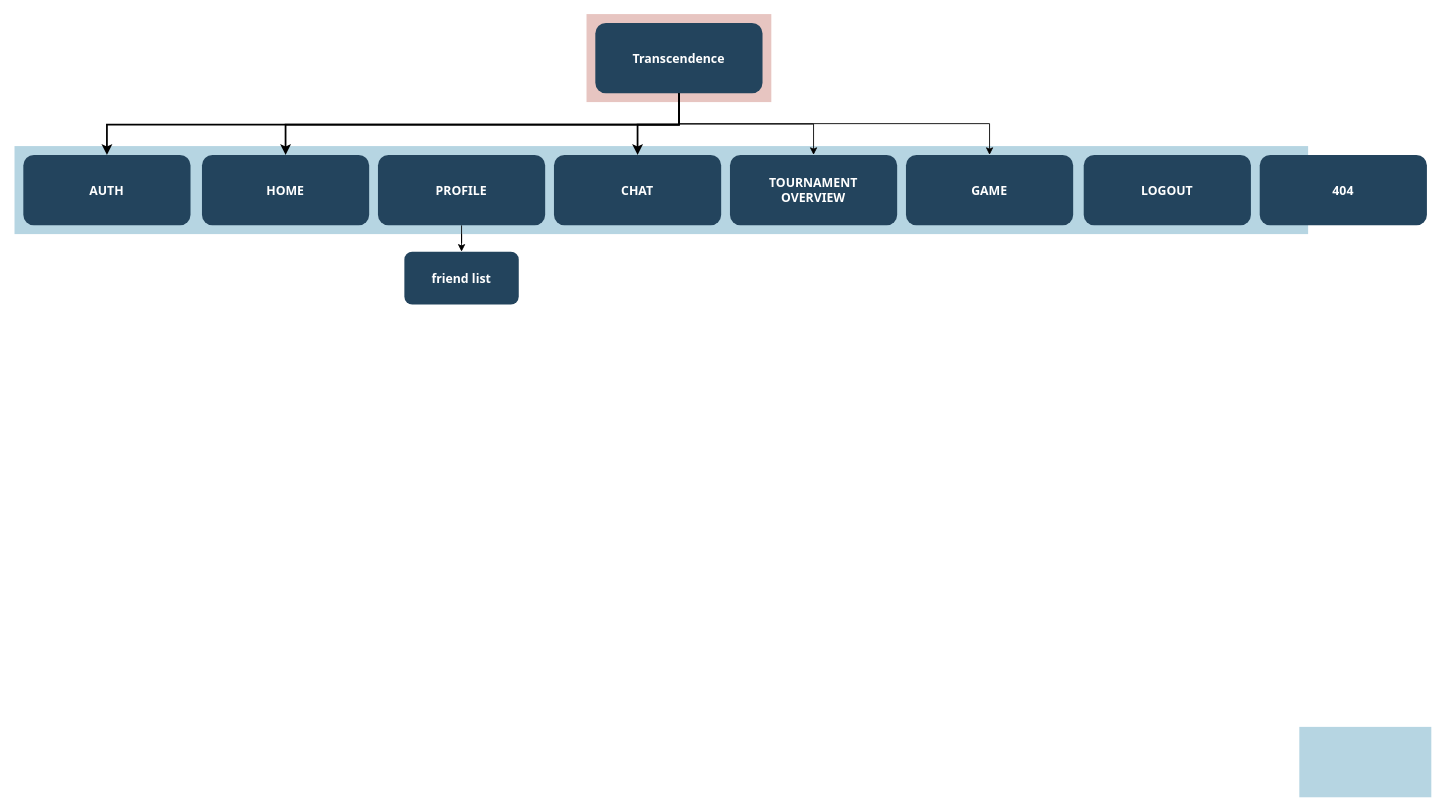
Before: Docs/Sitemap.drawio in rajh-phuyal/42Transcendence, a draw.io diagram. Source tidied: cells renumbered, new cells numbered last; positions are measured from the earlier drawing's top-left corner, leaving out a move shared by most shapes. Both pictures are drawn from the tidied source at 88%, with x=0, y=0 at pixel (14, 14).
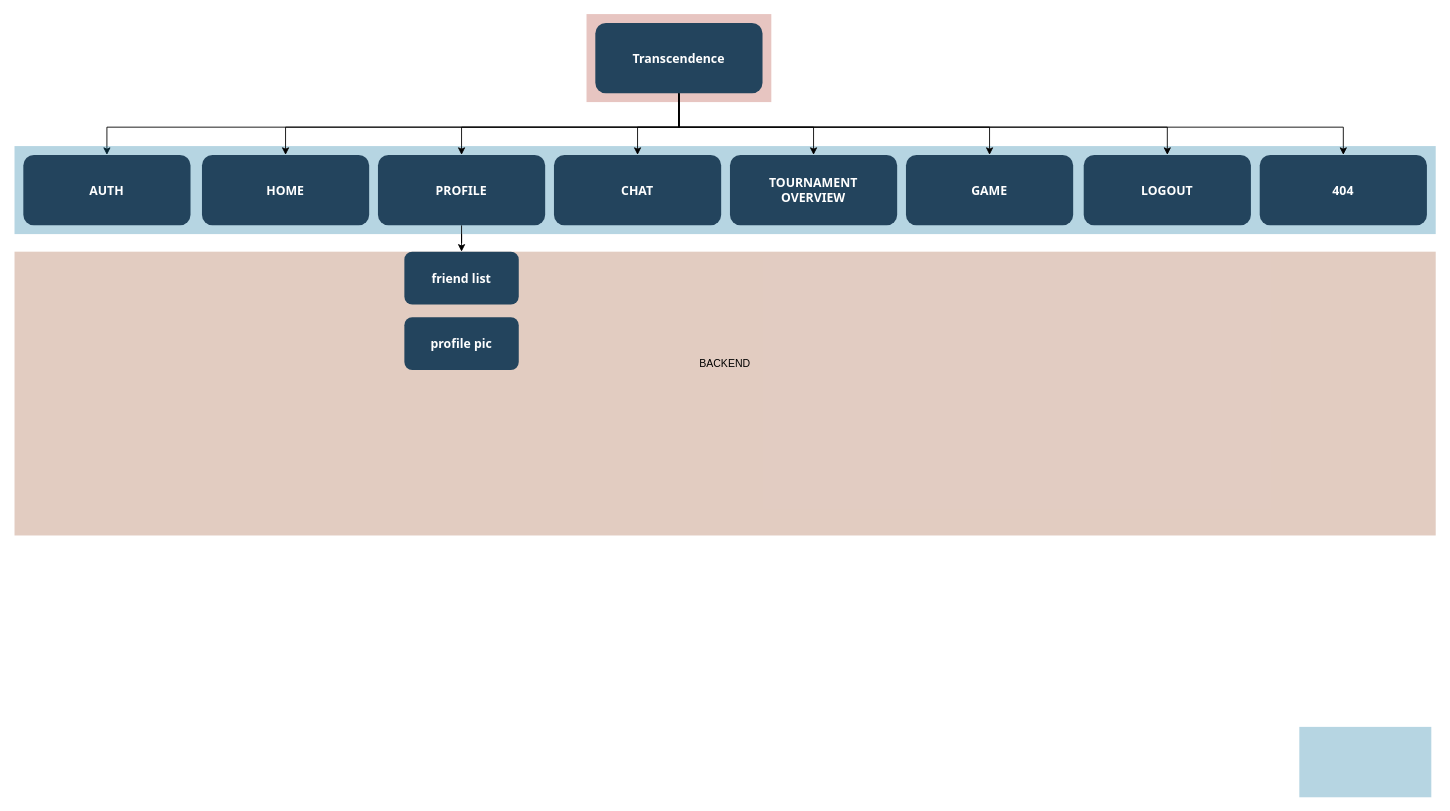
After the change.

The change refers to these unchanged cells:
```xml
<mxCell id="2" style="fillColor=#AE4132;strokeColor=none;opacity=30;" parent="1" vertex="1">
  <mxGeometry x="650" y="-0.5" width="210" height="100" as="geometry" />
</mxCell>
<mxCell id="7" value="Transcendence" style="rounded=1;fillColor=#23445D;gradientColor=none;strokeColor=none;fontColor=#FFFFFF;fontStyle=1;fontFamily=Tahoma;fontSize=14;" parent="1" vertex="1">
  <mxGeometry x="660" y="9.5" width="190" height="80" as="geometry" />
</mxCell>
<mxCell id="8" value="CHAT" style="rounded=1;fillColor=#23445D;gradientColor=none;strokeColor=none;fontColor=#FFFFFF;fontStyle=1;fontFamily=Tahoma;fontSize=14;" parent="1" vertex="1">
  <mxGeometry x="613" y="159.5" width="190" height="80" as="geometry" />
</mxCell>
<mxCell id="11" value="PROFILE" style="rounded=1;fillColor=#23445D;gradientColor=none;strokeColor=none;fontColor=#FFFFFF;fontStyle=1;fontFamily=Tahoma;fontSize=14;" parent="1" vertex="1">
  <mxGeometry x="413" y="159.5" width="190" height="80" as="geometry" />
</mxCell>
<mxCell id="12" value="HOME" style="rounded=1;fillColor=#23445D;gradientColor=none;strokeColor=none;fontColor=#FFFFFF;fontStyle=1;fontFamily=Tahoma;fontSize=14;" parent="1" vertex="1">
  <mxGeometry x="213" y="159.5" width="190" height="80" as="geometry" />
</mxCell>
<mxCell id="13" value="AUTH" style="rounded=1;fillColor=#23445D;gradientColor=none;strokeColor=none;fontColor=#FFFFFF;fontStyle=1;fontFamily=Tahoma;fontSize=14;" parent="1" vertex="1">
  <mxGeometry x="10" y="159.5" width="190" height="80" as="geometry" />
</mxCell>
<mxCell id="17" value="TOURNAMENT&#10;OVERVIEW" style="rounded=1;fillColor=#23445D;gradientColor=none;strokeColor=none;fontColor=#FFFFFF;fontStyle=1;fontFamily=Tahoma;fontSize=14;" parent="1" vertex="1">
  <mxGeometry x="813" y="159.5" width="190" height="80" as="geometry" />
</mxCell>
<mxCell id="18" value="GAME" style="rounded=1;fillColor=#23445D;gradientColor=none;strokeColor=none;fontColor=#FFFFFF;fontStyle=1;fontFamily=Tahoma;fontSize=14;" parent="1" vertex="1">
  <mxGeometry x="1013" y="159.5" width="190" height="80" as="geometry" />
</mxCell>
<mxCell id="19" value="LOGOUT" style="rounded=1;fillColor=#23445D;gradientColor=none;strokeColor=none;fontColor=#FFFFFF;fontStyle=1;fontFamily=Tahoma;fontSize=14;" parent="1" vertex="1">
  <mxGeometry x="1215" y="159.5" width="190" height="80" as="geometry" />
</mxCell>
<mxCell id="20" value="404" style="rounded=1;fillColor=#23445D;gradientColor=none;strokeColor=none;fontColor=#FFFFFF;fontStyle=1;fontFamily=Tahoma;fontSize=14;" parent="1" vertex="1">
  <mxGeometry x="1415" y="159.5" width="190" height="80" as="geometry" />
</mxCell>
```

Change to the diagram source:
```diff
@@
+    <mxCell id="21" value="BACKEND&#10;&#10;&#10;&#10;&#10;" style="fillColor=#9E5633;strokeColor=none;opacity=30;" parent="1" vertex="1">
+      <mxGeometry y="269.5" width="1615" height="322.5" as="geometry" />
+    </mxCell>
+    <mxCell id="22" style="edgeStyle=orthogonalEdgeStyle;rounded=0;jettySize=auto;html=1;exitX=0.5;exitY=1;exitDx=0;exitDy=0;" parent="1" edge="1" source="2" target="13">
+      <mxGeometry relative="1" as="geometry">
+        <Array as="points">
+          <mxPoint x="755" y="128" />
+          <mxPoint x="105" y="128" />
+        </Array>
+      </mxGeometry>
+    </mxCell>
@@
     <mxCell id="3" style="fillColor=#10739E;strokeColor=none;opacity=30;" parent="1" vertex="1">
-      <mxGeometry y="149.5" width="1470" height="100" as="geometry" />
+      <mxGeometry y="149.5" width="1615" height="100" as="geometry" />
     </mxCell>
@@
     <mxCell id="5" style="edgeStyle=orthogonalEdgeStyle;rounded=0;jettySize=auto;html=1;entryX=0.5;entryY=0;entryDx=0;entryDy=0;" parent="1" edge="1" source="7" target="17">
-      <mxGeometry relative="1" as="geometry" />
+      <mxGeometry relative="1" as="geometry">
+        <Array as="points">
+          <mxPoint x="755" y="128" />
+          <mxPoint x="908" y="128" />
+        </Array>
+      </mxGeometry>
     </mxCell>
     <mxCell id="6" style="edgeStyle=orthogonalEdgeStyle;rounded=0;jettySize=auto;html=1;entryX=0.5;entryY=0;entryDx=0;entryDy=0;" parent="1" edge="1" source="7" target="18">
       <mxGeometry relative="1" as="geometry">
         <Array as="points">
-          <mxPoint x="755" y="124" />
-          <mxPoint x="1108" y="124" />
+          <mxPoint x="755" y="128" />
+          <mxPoint x="1108" y="128" />
         </Array>
       </mxGeometry>
     </mxCell>
+    <mxCell id="23" style="edgeStyle=orthogonalEdgeStyle;rounded=0;jettySize=auto;html=1;" parent="1" edge="1" source="7" target="19">
+      <mxGeometry relative="1" as="geometry">
+        <Array as="points">
+          <mxPoint x="755" y="128" />
+          <mxPoint x="1310" y="128" />
+        </Array>
+      </mxGeometry>
+    </mxCell>
+    <mxCell id="9" style="edgeStyle=orthogonalEdgeStyle;rounded=0;jettySize=auto;html=1;" parent="1" edge="1" source="7" target="8">
+      <mxGeometry relative="1" as="geometry">
+        <Array as="points">
+          <mxPoint x="755" y="128" />
+          <mxPoint x="708" y="128" />
+        </Array>
+      </mxGeometry>
+    </mxCell>
+    <mxCell id="24" style="edgeStyle=orthogonalEdgeStyle;rounded=0;jettySize=auto;html=1;" parent="1" edge="1" source="7" target="11">
+      <mxGeometry relative="1" as="geometry">
+        <Array as="points">
+          <mxPoint x="755" y="128" />
+          <mxPoint x="508" y="128" />
+        </Array>
+      </mxGeometry>
+    </mxCell>
+    <mxCell id="14" style="edgeStyle=orthogonalEdgeStyle;rounded=0;jettySize=auto;html=1;" parent="1" edge="1" source="7" target="12">
+      <mxGeometry relative="1" as="geometry">
+        <Array as="points">
+          <mxPoint x="755" y="128" />
+          <mxPoint x="308" y="128" />
+        </Array>
+      </mxGeometry>
+    </mxCell>
@@
-    <mxCell id="9" style="edgeStyle=elbowEdgeStyle;elbow=vertical;strokeWidth=2;rounded=0;" parent="1" edge="1" source="7" target="8">
-      <mxGeometry x="337" y="215.5" as="geometry" />
-    </mxCell>
@@
-    <mxCell id="14" style="edgeStyle=elbowEdgeStyle;elbow=vertical;strokeWidth=2;rounded=0;" parent="1" edge="1" source="7" target="12">
-      <mxGeometry x="347" y="225.5" as="geometry" />
-    </mxCell>
-    <mxCell id="15" style="edgeStyle=elbowEdgeStyle;elbow=vertical;strokeWidth=2;rounded=0;" parent="1" edge="1" source="7" target="13">
-      <mxGeometry x="-23" y="135.5" as="geometry" />
-    </mxCell>
@@
+    <mxCell id="25" value="profile pic" style="rounded=1;fillColor=#23445D;gradientColor=none;strokeColor=none;fontColor=#FFFFFF;fontStyle=1;fontFamily=Tahoma;fontSize=14;" parent="1" vertex="1">
+      <mxGeometry x="443" y="344" width="130" height="60" as="geometry" />
+    </mxCell>
+    <mxCell id="26" style="edgeStyle=orthogonalEdgeStyle;rounded=0;jettySize=auto;html=1;entryX=0.5;entryY=0;entryDx=0;entryDy=0;" parent="1" edge="1" source="7" target="20">
+      <mxGeometry relative="1" as="geometry">
+        <Array as="points">
+          <mxPoint x="755" y="128" />
+          <mxPoint x="1510" y="128" />
+        </Array>
+      </mxGeometry>
+    </mxCell>
```
